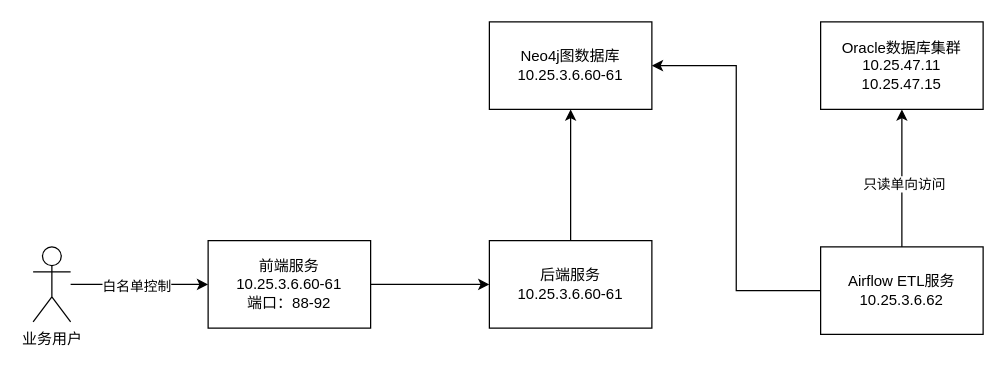
The draw.io diagram 太平/太平系统拓扑图.drawio in XiaoLiuAI/diagrams, before the edit. Source tidied: cells renumbered, new cells numbered last; positions are measured from the earlier drawing's top-left corner, leaving out a move shared by most shapes. Both pictures are drawn from the tidied source at 125%, with x=0, y=0 at pixel (32, 21).
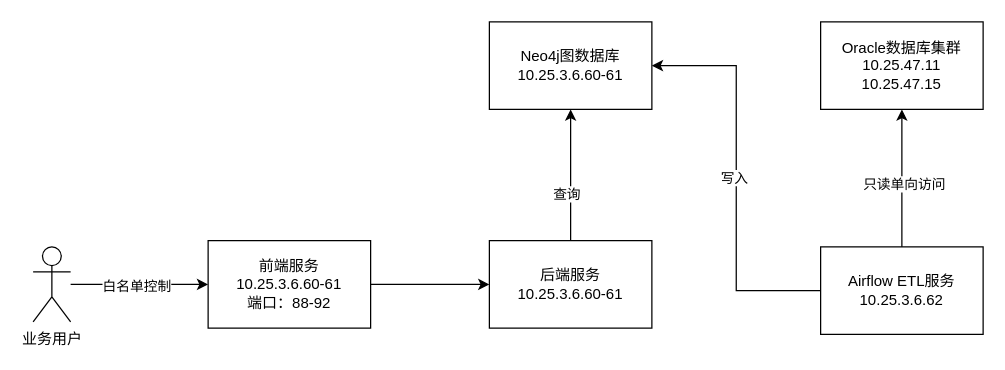
After the change.

Commit message (it also covers changes not shown here):
Update 太平系统拓扑图.drawio

Diff of the diagram source:
```diff
@@
 <mxGraphModel>
   <root>
     <mxCell id="0" />
     <mxCell id="1" parent="0" />
     <mxCell id="2" style="edgeStyle=orthogonalEdgeStyle;rounded=0;jettySize=auto;html=1;" parent="1" edge="1" source="4" target="6">
       <mxGeometry relative="1" as="geometry" />
     </mxCell>
     <mxCell id="3" value="白名单控制" style="edgeLabel;html=1;align=center;verticalAlign=middle;" parent="2" vertex="1">
       <mxGeometry x="-0.05" y="-1" relative="1" as="geometry" />
     </mxCell>
     <mxCell id="4" value="业务用户" style="shape=umlActor;verticalLabelPosition=bottom;verticalAlign=top;html=1;outlineConnect=0;" parent="1" vertex="1">
       <mxGeometry y="180" width="30" height="60" as="geometry" />
     </mxCell>
     <mxCell id="5" style="edgeStyle=orthogonalEdgeStyle;rounded=0;jettySize=auto;html=1;" parent="1" edge="1" source="6" target="8">
       <mxGeometry relative="1" as="geometry" />
     </mxCell>
     <mxCell id="6" value="前端服务&lt;br&gt;10.25.3.6.60-61&lt;br&gt;端口：88-92" style="rounded=0;whiteSpace=wrap;html=1;" parent="1" vertex="1">
       <mxGeometry x="140" y="175" width="130" height="70" as="geometry" />
     </mxCell>
     <mxCell id="7" style="edgeStyle=orthogonalEdgeStyle;rounded=0;jettySize=auto;html=1;" parent="1" edge="1" source="8" target="9">
       <mxGeometry relative="1" as="geometry" />
     </mxCell>
+    <mxCell id="15" value="查询" style="edgeLabel;html=1;align=center;verticalAlign=middle;" parent="7" vertex="1">
+      <mxGeometry x="-0.28" y="4" relative="1" as="geometry" />
+    </mxCell>
     <mxCell id="8" value="后端服务&lt;br&gt;10.25.3.6.60-61" style="rounded=0;whiteSpace=wrap;html=1;" parent="1" vertex="1">
       <mxGeometry x="365" y="175" width="130" height="70" as="geometry" />
     </mxCell>
     <mxCell id="9" value="Neo4j图数据库&lt;br&gt;10.25.3.6.60-61" style="rounded=0;whiteSpace=wrap;html=1;" parent="1" vertex="1">
       <mxGeometry x="365" width="130" height="70" as="geometry" />
     </mxCell>
     <mxCell id="10" style="edgeStyle=orthogonalEdgeStyle;rounded=0;jettySize=auto;html=1;" parent="1" edge="1" source="13" target="14">
       <mxGeometry relative="1" as="geometry" />
     </mxCell>
     <mxCell id="11" value="只读单向访问" style="edgeLabel;html=1;align=center;verticalAlign=middle;" parent="10" vertex="1">
       <mxGeometry x="-0.07" y="-1" relative="1" as="geometry" />
     </mxCell>
     <mxCell id="12" style="edgeStyle=orthogonalEdgeStyle;rounded=0;jettySize=auto;html=1;entryX=1;entryY=0.5;entryDx=0;entryDy=0;" parent="1" edge="1" source="13" target="9">
       <mxGeometry relative="1" as="geometry" />
     </mxCell>
+    <mxCell id="16" value="写入" style="edgeLabel;html=1;align=center;verticalAlign=middle;" parent="12" vertex="1">
+      <mxGeometry x="0.01" y="3" relative="1" as="geometry">
+        <mxPoint x="1" y="1" as="offset" />
+      </mxGeometry>
+    </mxCell>
     <mxCell id="13" value="Airflow ETL服务&lt;br&gt;10.25.3.6.62" style="rounded=0;whiteSpace=wrap;html=1;" parent="1" vertex="1">
       <mxGeometry x="630" y="180" width="130" height="70" as="geometry" />
     </mxCell>
     <mxCell id="14" value="Oracle数据库集群&lt;br&gt;10.25.47.11&lt;br&gt;10.25.47.15" style="rounded=0;whiteSpace=wrap;html=1;" parent="1" vertex="1">
       <mxGeometry x="630" width="130" height="70" as="geometry" />
     </mxCell>
   </root>
 </mxGraphModel>
```
